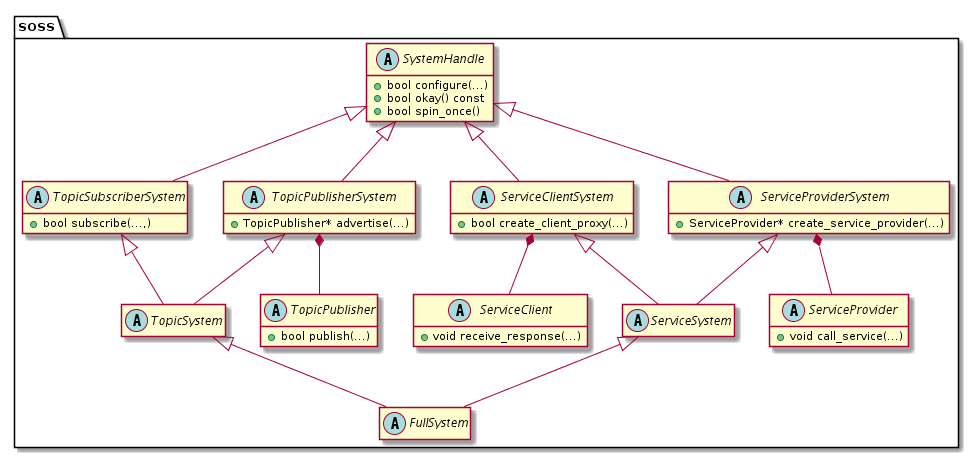
The PlantUML diagram docs/images/sh_hierarchy.png in eProsima/Integration-Service-docs, before a commit. The source it was exported from:
```plantuml
@startuml
hide empty members


package soss {
abstract "SystemHandle" as SH {
    +bool configure(...)
    +bool okay() const
    +bool spin_once()
}


abstract "TopicPublisher" as TP {
    +bool publish(...)
}


abstract "ServiceClient" as SC {
    +void receive_response(...)
}


abstract "ServiceProvider" as SP {
    +void call_service(...)
}


abstract "TopicSubscriberSystem" as TSS {
    +bool subscribe(...,)
}


abstract "TopicPublisherSystem" as TPS {
    +TopicPublisher* advertise(...)
}


abstract "ServiceClientSystem" as SCS {
    +bool create_client_proxy(...)
}


abstract "ServiceProviderSystem" as SPS {
    +ServiceProvider* create_service_provider(...)
}


abstract TopicSystem
abstract ServiceSystem
abstract FullSystem


SH <|-- TPS
SH <|-- TSS
SH <|-- SCS
SH <|-- SPS


TSS <|-- TopicSystem
TPS <|-- TopicSystem
SCS <|-- ServiceSystem
SPS <|-- ServiceSystem


TopicSystem <|-- FullSystem
ServiceSystem <|-- FullSystem


TPS *-- TP
SCS *-- SC
SPS *-- SP
}
@enduml
```
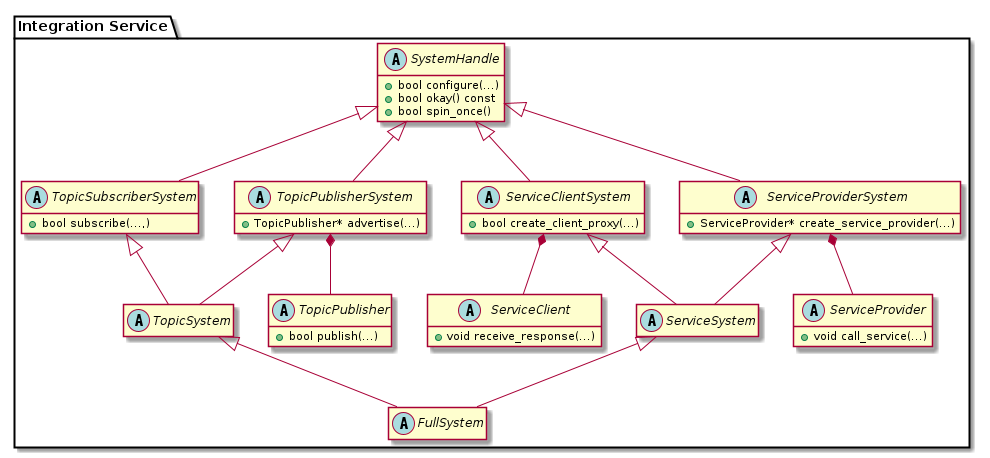
After the change.

The edit, as a diff of the source:
```diff
@@ -2,7 +2,7 @@
 hide empty members
 
 
-package soss {
+package "Integration Service" {
 abstract "SystemHandle" as SH {
     +bool configure(...)
     +bool okay() const
```
